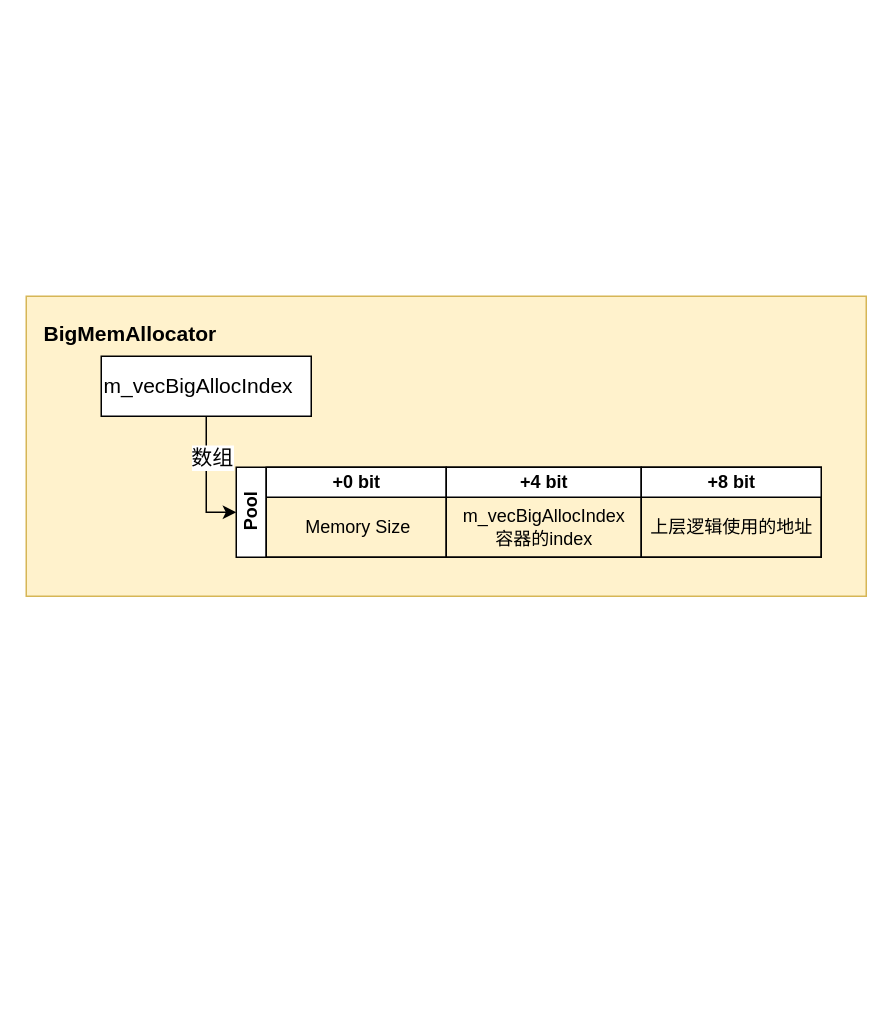
Above: WEDO BindMemPool 内存池结构.drawio in epluguo/Storage (draw.io), before the change. Source tidied: cells renumbered, new cells numbered last; positions are measured from the earlier drawing's top-left corner, leaving out a move shared by most shapes. Both pictures are drawn from the tidied source at 150%, with x=0, y=0 at pixel (26, 296).
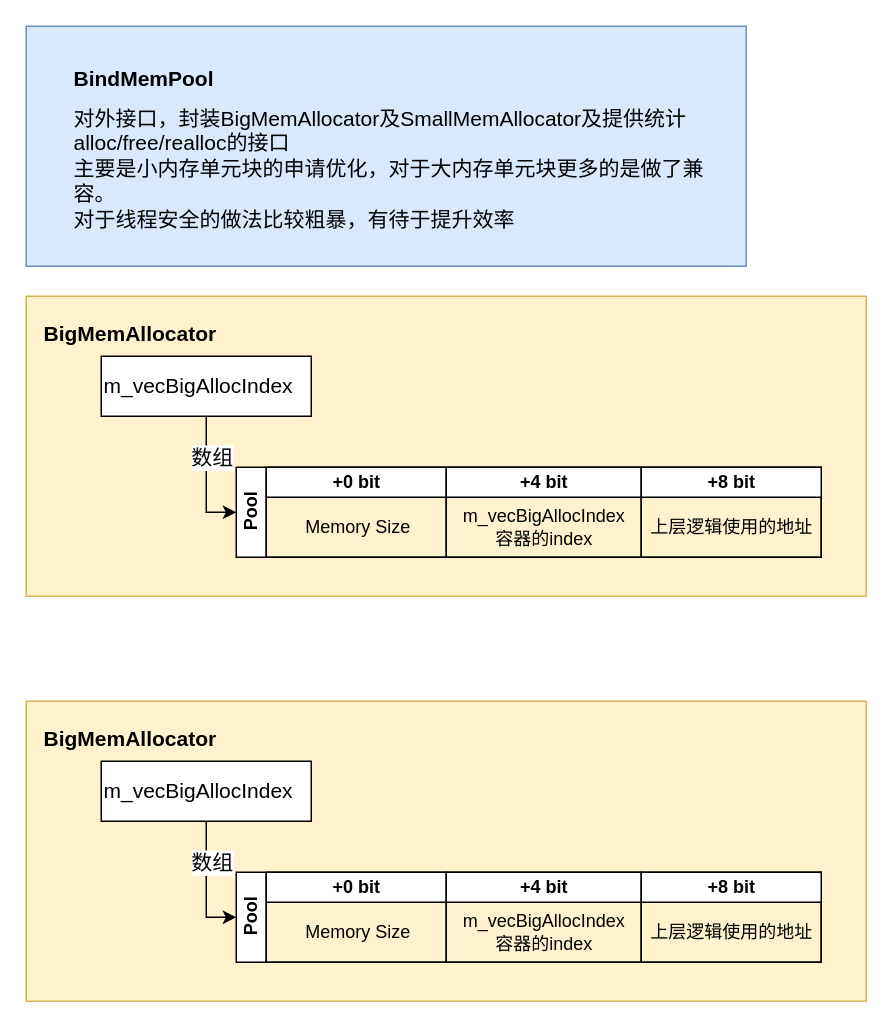
The same page after the edit.

Commit message:
更新WEDO BindMemPool 内存池结构.drawio

Change to the diagram source:
```diff
@@
+    <mxCell id="14" style="rounded=0;whiteSpace=wrap;html=1;fontSize=14;align=left;fillColor=#dae8fc;strokeColor=#6c8ebf;" parent="1" vertex="1">
+      <mxGeometry y="-180" width="480" height="160" as="geometry" />
+    </mxCell>
+    <mxCell id="15" value="&lt;span style=&quot;text-align: center;&quot;&gt;BindMemPool&lt;/span&gt;" style="text;html=1;strokeColor=none;fillColor=none;align=left;verticalAlign=middle;whiteSpace=wrap;rounded=0;fontStyle=1;fontSize=14;" parent="1" vertex="1">
+      <mxGeometry x="30" y="-160" width="130" height="30" as="geometry" />
+    </mxCell>
+    <mxCell id="16" value="对外接口，封装BigMemAllocator及SmallMemAllocator及提供统计alloc/free/realloc的接口&lt;br&gt;主要是小内存单元块的申请优化，对于大内存单元块更多的是做了兼容。&lt;br&gt;对于线程安全的做法比较粗暴，有待于提升效率" style="text;html=1;strokeColor=none;fillColor=none;align=left;verticalAlign=middle;whiteSpace=wrap;rounded=0;fontSize=14;" parent="1" vertex="1">
+      <mxGeometry x="30" y="-130" width="430" height="90" as="geometry" />
+    </mxCell>
+    <mxCell id="17" style="rounded=0;whiteSpace=wrap;html=1;align=center;fillColor=#fff2cc;strokeColor=#d6b656;" parent="1" vertex="1">
+      <mxGeometry y="270" width="560" height="200" as="geometry" />
+    </mxCell>
+    <mxCell id="18" value="Pool" style="swimlane;html=1;startSize=20;horizontal=0;align=center;fontStyle=1;" parent="1" vertex="1">
+      <mxGeometry x="140" y="384" width="390" height="60" as="geometry" />
+    </mxCell>
+    <mxCell id="19" value="+0 bit" style="swimlane;html=1;startSize=20;" parent="18" vertex="1">
+      <mxGeometry x="20" width="120" height="60" as="geometry" />
+    </mxCell>
+    <mxCell id="20" value="Memory Size" style="text;html=1;align=center;verticalAlign=middle;" parent="19" vertex="1">
+      <mxGeometry x="16" y="30" width="90" height="20" as="geometry" />
+    </mxCell>
+    <mxCell id="21" value="+4 bit" style="swimlane;html=1;startSize=20;" parent="18" vertex="1">
+      <mxGeometry x="140" width="130" height="60" as="geometry" />
+    </mxCell>
+    <mxCell id="22" value="m_vecBigAllocIndex &lt;br&gt;容器的index" style="text;html=1;align=center;verticalAlign=middle;" parent="21" vertex="1">
+      <mxGeometry y="25" width="130" height="30" as="geometry" />
+    </mxCell>
+    <mxCell id="23" value="+8 bit" style="swimlane;html=1;startSize=20;" parent="18" vertex="1">
+      <mxGeometry x="270" width="120" height="60" as="geometry" />
+    </mxCell>
+    <mxCell id="24" value="上层逻辑使用的地址" style="text;html=1;align=center;verticalAlign=middle;" parent="23" vertex="1">
+      <mxGeometry y="30" width="120" height="20" as="geometry" />
+    </mxCell>
+    <mxCell id="25" value="BigMemAllocator" style="text;html=1;strokeColor=none;fillColor=none;align=left;verticalAlign=middle;whiteSpace=wrap;rounded=0;fontStyle=1;fontSize=14;" parent="1" vertex="1">
+      <mxGeometry x="10" y="280" width="130" height="30" as="geometry" />
+    </mxCell>
+    <mxCell id="26" style="edgeStyle=orthogonalEdgeStyle;rounded=0;jettySize=auto;html=1;fontSize=14;entryX=0;entryY=0.5;entryDx=0;entryDy=0;" parent="1" edge="1" source="28" target="18">
+      <mxGeometry relative="1" as="geometry" />
+    </mxCell>
+    <mxCell id="27" value="数组" style="text;html=1;align=center;verticalAlign=middle;labelBackgroundColor=#ffffff;fontSize=14;" parent="26" vertex="1">
+      <mxGeometry x="-0.35" y="3" relative="1" as="geometry" />
+    </mxCell>
+    <mxCell id="28" value="m_vecBigAllocIndex" style="rounded=0;whiteSpace=wrap;html=1;fontSize=14;align=left;" parent="1" vertex="1">
+      <mxGeometry x="50" y="310" width="140" height="40" as="geometry" />
+    </mxCell>
```
